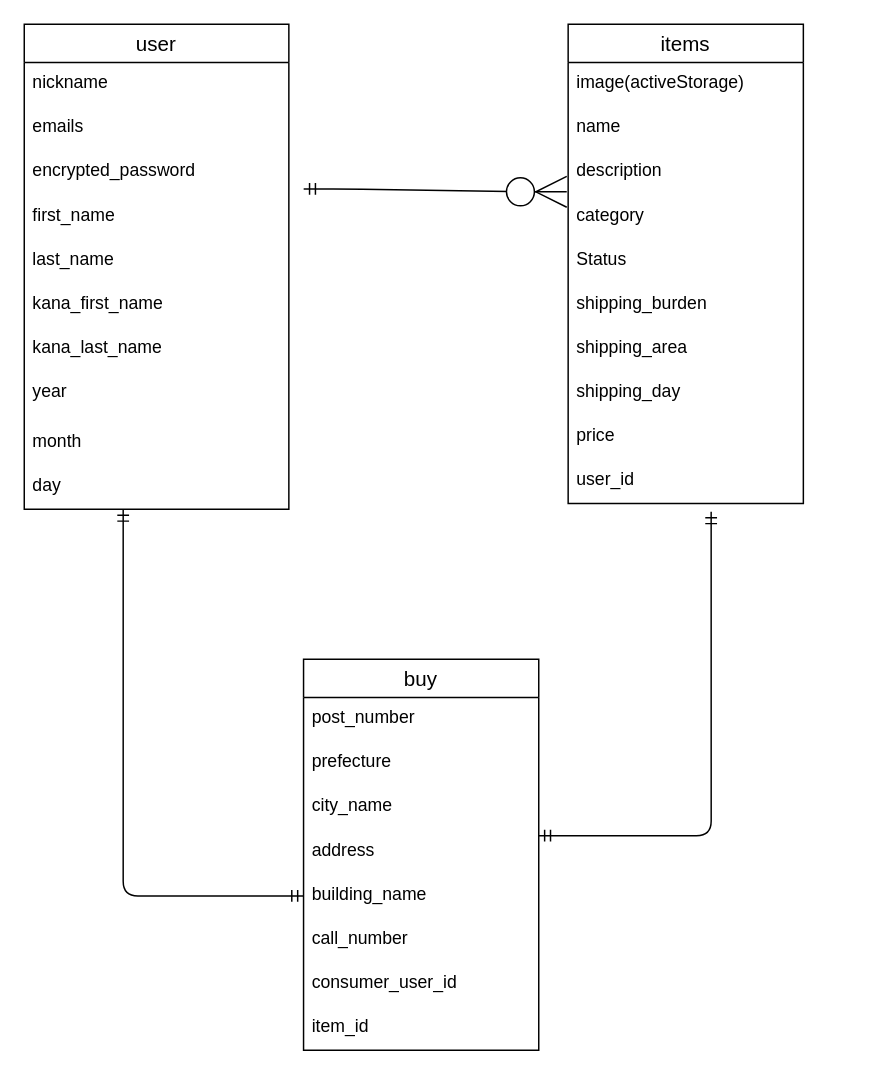
Above: test.dio in shunta-nomura/furima-32982 (draw.io), before the change. Source tidied: cells renumbered, new cells numbered last; positions are measured from the earlier drawing's top-left corner, leaving out a move shared by most shapes. Both pictures are drawn from the tidied source at 147%, with x=0, y=0 at pixel (24, 24).
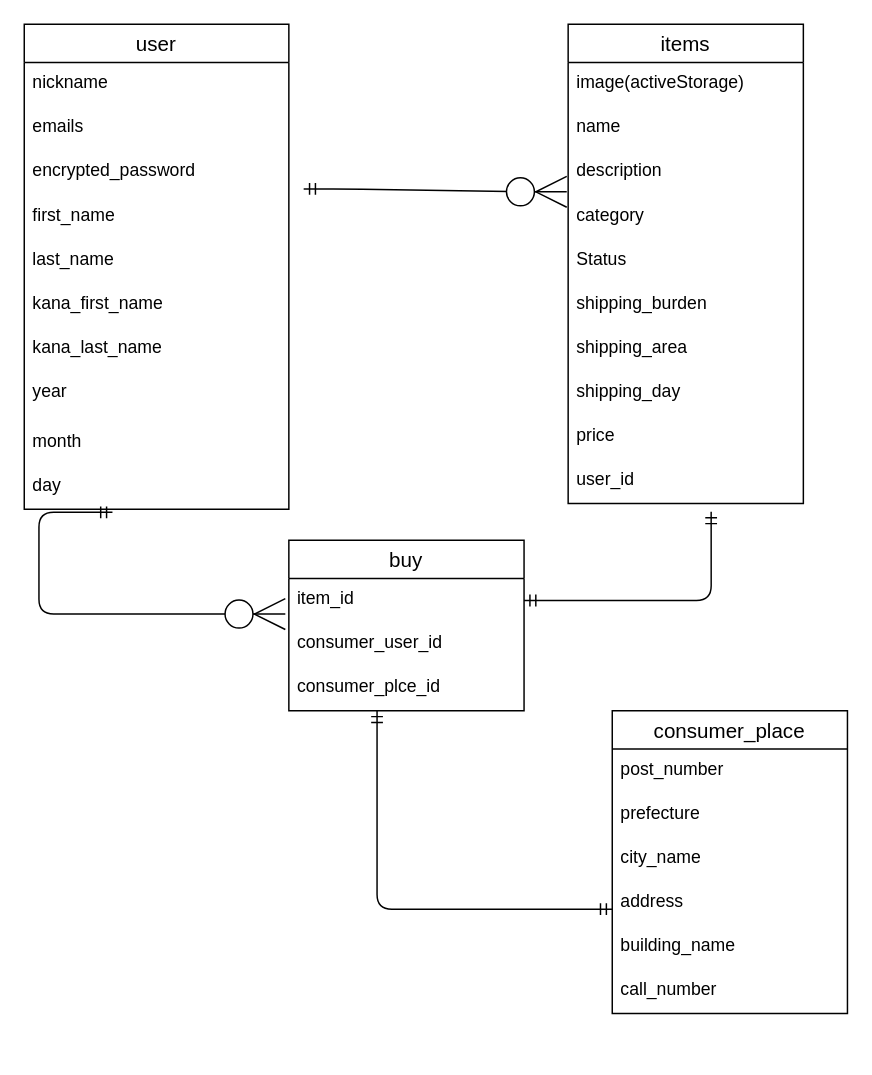
The same page after the edit.

Commit message (it also covers changes not shown here):
readme,アクティブストレージ削除

ER図修正

The change refers to these unchanged cells:
```xml
<mxCell id="23" value="user_id&#10;" style="text;strokeColor=none;fillColor=none;spacingLeft=4;spacingRight=4;overflow=hidden;points=[[0,0.5],[1,0.5]];portConstraint=eastwest;fontSize=12;" parent="13" vertex="1">
  <mxGeometry y="296" width="160" height="30" as="geometry" />
</mxCell>
<mxCell id="30" value="building_name" style="text;strokeColor=none;fillColor=none;spacingLeft=4;spacingRight=4;overflow=hidden;points=[[0,0.5],[1,0.5]];portConstraint=eastwest;fontSize=12;" parent="25" vertex="1">
  <mxGeometry y="146" width="160" height="30" as="geometry" />
</mxCell>
```

The edit, as a diff of the source:
```diff
@@
-    <mxCell id="25" value="buy" style="swimlane;fontStyle=0;horizontal=1;startSize=26;align=center;fontSize=14;fillColor=none;gradientColor=none;" parent="1" vertex="1">
-      <mxGeometry x="190" y="432" width="160" height="266" as="geometry" />
+    <mxCell id="25" value="consumer_place" style="swimlane;fontStyle=0;horizontal=1;startSize=26;align=center;fontSize=14;fillColor=none;gradientColor=none;" parent="1" vertex="1">
+      <mxGeometry x="400" y="467" width="160" height="206" as="geometry" />
     </mxCell>
@@
+    <mxCell id="34" style="edgeStyle=orthogonalEdgeStyle;fontSize=12;html=1;endArrow=ERmandOne;startArrow=ERmandOne;entryX=0.608;entryY=1.19;entryDx=0;entryDy=0;entryPerimeter=0;exitX=1;exitY=0.5;exitDx=0;exitDy=0;" parent="1" edge="1" source="33" target="23">
+      <mxGeometry relative="1" as="geometry">
+        <Array as="points">
+          <mxPoint x="467" y="392" />
+        </Array>
+      </mxGeometry>
+    </mxCell>
+    <mxCell id="36" value="buy" style="swimlane;fontStyle=0;horizontal=1;startSize=26;align=center;fontSize=14;fillColor=none;gradientColor=none;" parent="1" vertex="1">
+      <mxGeometry x="180" y="351" width="160" height="116" as="geometry" />
+    </mxCell>
+    <mxCell id="33" value="item_id" style="text;strokeColor=none;fillColor=none;spacingLeft=4;spacingRight=4;overflow=hidden;points=[[0,0.5],[1,0.5]];portConstraint=eastwest;fontSize=12;" parent="36" vertex="1">
+      <mxGeometry y="26" width="160" height="30" as="geometry" />
+    </mxCell>
-    <mxCell id="32" value="consumer_user_id" style="text;strokeColor=none;fillColor=none;spacingLeft=4;spacingRight=4;overflow=hidden;fontSize=12;" parent="25" vertex="1">
-      <mxGeometry y="206" width="160" height="30" as="geometry" />
+    <mxCell id="32" value="consumer_user_id" style="text;strokeColor=none;fillColor=none;spacingLeft=4;spacingRight=4;overflow=hidden;fontSize=12;" parent="36" vertex="1">
+      <mxGeometry y="56" width="160" height="30" as="geometry" />
     </mxCell>
-    <mxCell id="33" value="item_id" style="text;strokeColor=none;fillColor=none;spacingLeft=4;spacingRight=4;overflow=hidden;points=[[0,0.5],[1,0.5]];portConstraint=eastwest;fontSize=12;" parent="25" vertex="1">
-      <mxGeometry y="236" width="160" height="30" as="geometry" />
-    </mxCell>
-    <mxCell id="34" style="edgeStyle=orthogonalEdgeStyle;fontSize=12;html=1;endArrow=ERmandOne;startArrow=ERmandOne;entryX=0.608;entryY=1.19;entryDx=0;entryDy=0;entryPerimeter=0;" parent="1" edge="1" target="23">
-      <mxGeometry relative="1" as="geometry">
-        <mxPoint x="350" y="552" as="sourcePoint" />
-        <Array as="points">
-          <mxPoint x="467" y="552" />
-        </Array>
-      </mxGeometry>
-    </mxCell>
-    <mxCell id="35" style="edgeStyle=orthogonalEdgeStyle;fontSize=12;html=1;endArrow=ERmandOne;startArrow=ERmandOne;entryX=0.608;entryY=1.19;entryDx=0;entryDy=0;entryPerimeter=0;exitX=0;exitY=0.5;exitDx=0;exitDy=0;" parent="1" edge="1" source="30">
-      <mxGeometry relative="1" as="geometry">
-        <mxPoint x="67.3" y="330" as="targetPoint" />
-        <Array as="points">
-          <mxPoint x="67" y="593" />
-        </Array>
-      </mxGeometry>
-    </mxCell>
+    <mxCell id="37" value="consumer_plce_id" style="text;strokeColor=none;fillColor=none;spacingLeft=4;spacingRight=4;overflow=hidden;points=[[0,0.5],[1,0.5]];portConstraint=eastwest;fontSize=12;" parent="36" vertex="1">
+      <mxGeometry y="86" width="160" height="30" as="geometry" />
+    </mxCell>
+    <mxCell id="38" style="edgeStyle=orthogonalEdgeStyle;fontSize=12;html=1;endArrow=ERzeroToMany;startArrow=ERmandOne;endSize=19;entryX=-0.015;entryY=0.808;entryDx=0;entryDy=0;entryPerimeter=0;" parent="1" edge="1" target="33">
+      <mxGeometry relative="1" as="geometry">
+        <mxPoint x="60" y="332" as="sourcePoint" />
+        <Array as="points">
+          <mxPoint x="10" y="332" />
+          <mxPoint x="10" y="401" />
+        </Array>
+      </mxGeometry>
+    </mxCell>
+    <mxCell id="39" style="edgeStyle=orthogonalEdgeStyle;fontSize=12;html=1;endArrow=ERmandOne;startArrow=ERmandOne;" parent="1" edge="1" target="37">
+      <mxGeometry relative="1" as="geometry">
+        <mxPoint x="400" y="602" as="sourcePoint" />
+        <Array as="points">
+          <mxPoint x="240" y="602" />
+        </Array>
+      </mxGeometry>
+    </mxCell>
```
